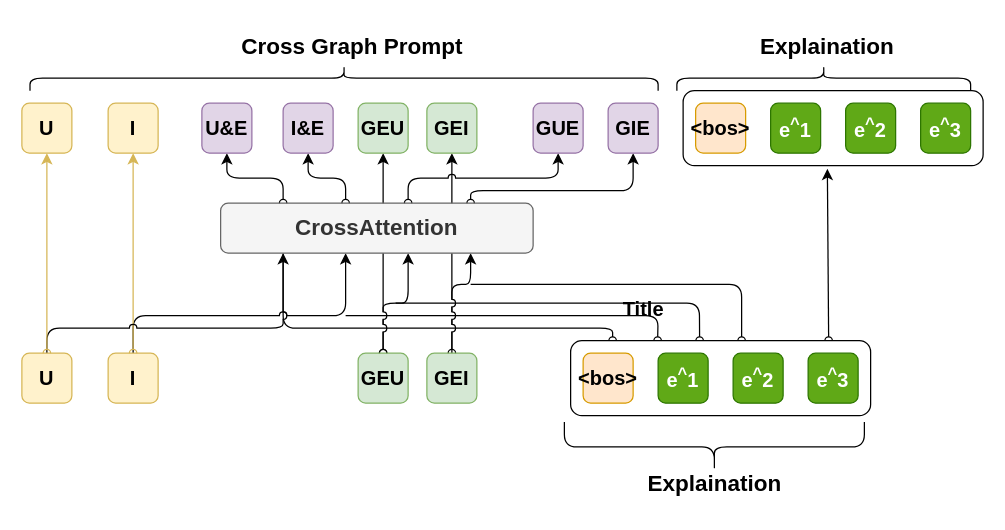
Before: page "第 6 页" (6 of 8) of PEPpic.drawio in kkkparty/drawio, a draw.io diagram. Source tidied: cells renumbered, new cells numbered last; positions are measured from the earlier drawing's top-left corner, leaving out a move shared by most shapes. Both pictures are drawn from the tidied source at 125%, with x=0, y=0 at pixel (21, 21).
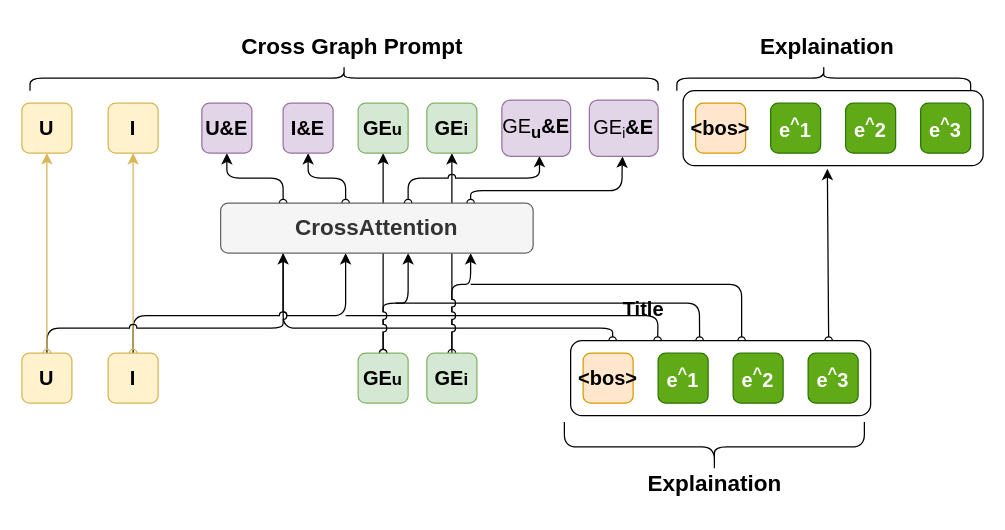
After the change.

Unchanged cells that the change refers to:
```xml
<mxCell id="29" value="&lt;font style=&quot;font-size: 18px;&quot;&gt;CrossAttention&lt;/font&gt;" style="rounded=1;whiteSpace=wrap;html=1;fontSize=16;points=[[0.2,0,0,0,0],[0.2,1,0,0,0],[0.4,0,0,0,0],[0.4,1,0,0,0],[0.6,0,0,0,0],[0.6,1,0,0,0],[0.8,0,0,0,0],[0.8,1,0,0,0]];fontStyle=1;fillColor=#f5f5f5;strokeColor=#666666;fontColor=#333333;" parent="1" vertex="1">
  <mxGeometry x="159" y="145" width="250" height="40" as="geometry" />
</mxCell>
```

What changed in the source:
```diff
@@
-    <mxCell id="13" value="GEU" style="whiteSpace=wrap;html=1;rounded=1;fontSize=16;fontStyle=1;fillColor=#d5e8d4;strokeColor=#82b366;" parent="1" vertex="1">
+    <mxCell id="13" value="GE&lt;span style=&quot;font-size: 13.3333px;&quot;&gt;u&lt;/span&gt;" style="whiteSpace=wrap;html=1;rounded=1;fontSize=16;fontStyle=1;fillColor=#d5e8d4;strokeColor=#82b366;" parent="1" vertex="1">
       <mxGeometry x="269" y="265" width="40" height="40" as="geometry" />
     </mxCell>
@@
-    <mxCell id="19" value="GEI" style="whiteSpace=wrap;html=1;rounded=1;fontSize=16;fontStyle=1;fillColor=#d5e8d4;strokeColor=#82b366;" parent="1" vertex="1">
+    <mxCell id="19" value="GE&lt;span style=&quot;font-size: 13.3333px;&quot;&gt;i&lt;/span&gt;" style="whiteSpace=wrap;html=1;rounded=1;fontSize=16;fontStyle=1;fillColor=#d5e8d4;strokeColor=#82b366;" parent="1" vertex="1">
       <mxGeometry x="324" y="265" width="40" height="40" as="geometry" />
     </mxCell>
@@
-    <mxCell id="25" style="edgeStyle=orthogonalEdgeStyle;rounded=1;jumpStyle=arc;jettySize=auto;html=1;exitX=0.6;exitY=0;exitDx=0;exitDy=0;exitPerimeter=0;fontSize=12;fontColor=#000000;startArrow=oval;startFill=0;endArrow=classic;endFill=1;entryX=0.5;entryY=1;entryDx=0;entryDy=0;fontStyle=1;" parent="1" edge="1" source="29" target="35">
+    <mxCell id="25" style="edgeStyle=orthogonalEdgeStyle;rounded=1;jumpStyle=arc;jettySize=auto;html=1;exitX=0.6;exitY=0;exitDx=0;exitDy=0;exitPerimeter=0;fontSize=12;fontColor=#000000;startArrow=oval;startFill=0;endArrow=classic;endFill=1;entryX=0.547;entryY=0.996;entryDx=0;entryDy=0;fontStyle=1;entryPerimeter=0;" parent="1" edge="1" source="29" target="49">
       <mxGeometry relative="1" as="geometry" />
     </mxCell>
-    <mxCell id="26" style="edgeStyle=orthogonalEdgeStyle;rounded=1;jumpStyle=arc;jettySize=auto;html=1;exitX=0.8;exitY=0;exitDx=0;exitDy=0;exitPerimeter=0;fontSize=12;fontColor=#000000;startArrow=oval;startFill=0;endArrow=classic;endFill=1;entryX=0.5;entryY=1;entryDx=0;entryDy=0;fontStyle=1;" parent="1" edge="1" source="29" target="36">
+    <mxCell id="26" style="edgeStyle=orthogonalEdgeStyle;rounded=1;jumpStyle=arc;jettySize=auto;html=1;exitX=0.8;exitY=0;exitDx=0;exitDy=0;exitPerimeter=0;fontSize=12;fontColor=#000000;startArrow=oval;startFill=0;endArrow=classic;endFill=1;fontStyle=1;entryX=0.482;entryY=1.004;entryDx=0;entryDy=0;entryPerimeter=0;" parent="1" edge="1" source="29" target="50">
       <mxGeometry relative="1" as="geometry">
         <Array as="points">
           <mxPoint x="359" y="135" />
-          <mxPoint x="489" y="135" />
+          <mxPoint x="480" y="135" />
+          <mxPoint x="480" y="120" />
+          <mxPoint x="481" y="120" />
         </Array>
       </mxGeometry>
     </mxCell>
@@
-    <mxCell id="35" value="GUE" style="whiteSpace=wrap;html=1;rounded=1;fontSize=16;fontStyle=1;fillColor=#e1d5e7;strokeColor=#9673a6;" parent="1" vertex="1">
-      <mxGeometry x="409" y="65" width="40" height="40" as="geometry" />
-    </mxCell>
-    <mxCell id="36" value="GIE" style="whiteSpace=wrap;html=1;rounded=1;fontSize=16;fontStyle=1;fillColor=#e1d5e7;strokeColor=#9673a6;" parent="1" vertex="1">
-      <mxGeometry x="469" y="65" width="40" height="40" as="geometry" />
-    </mxCell>
-    <mxCell id="37" value="GEU" style="whiteSpace=wrap;html=1;rounded=1;fontSize=16;fontStyle=1;fillColor=#d5e8d4;strokeColor=#82b366;" parent="1" vertex="1">
+    <mxCell id="37" value="GE&lt;span style=&quot;font-size: 13.3333px;&quot;&gt;u&lt;/span&gt;" style="whiteSpace=wrap;html=1;rounded=1;fontSize=16;fontStyle=1;fillColor=#d5e8d4;strokeColor=#82b366;" parent="1" vertex="1">
       <mxGeometry x="269" y="65" width="40" height="40" as="geometry" />
     </mxCell>
-    <mxCell id="38" value="GEI" style="whiteSpace=wrap;html=1;rounded=1;fontSize=16;fontStyle=1;fillColor=#d5e8d4;strokeColor=#82b366;" parent="1" vertex="1">
+    <mxCell id="38" value="GE&lt;span style=&quot;font-size: 13.3333px;&quot;&gt;i&lt;/span&gt;" style="whiteSpace=wrap;html=1;rounded=1;fontSize=16;fontStyle=1;fillColor=#d5e8d4;strokeColor=#82b366;" parent="1" vertex="1">
       <mxGeometry x="324" y="65" width="40" height="40" as="geometry" />
     </mxCell>
@@
+    <mxCell id="49" value="&lt;font style=&quot;font-size: 16px;&quot;&gt;GE&lt;sub style=&quot;border-color: var(--border-color); font-weight: 700;&quot;&gt;u&lt;/sub&gt;&lt;span style=&quot;font-weight: 700;&quot;&gt;&amp;amp;E&lt;/span&gt;&lt;/font&gt;" style="rounded=1;whiteSpace=wrap;html=1;fillColor=#e1d5e7;strokeColor=#9673a6;" parent="1" vertex="1">
+      <mxGeometry x="384" y="62.5" width="55" height="45" as="geometry" />
+    </mxCell>
+    <mxCell id="50" value="&lt;font style=&quot;font-size: 16px;&quot;&gt;GE&lt;/font&gt;&lt;font style=&quot;&quot;&gt;&lt;span style=&quot;font-size: 13.3333px;&quot;&gt;&lt;sub&gt;i&lt;/sub&gt;&lt;/span&gt;&lt;span style=&quot;font-size: 16px; font-weight: 700;&quot;&gt;&amp;amp;E&lt;/span&gt;&lt;/font&gt;" style="rounded=1;whiteSpace=wrap;html=1;fillColor=#e1d5e7;strokeColor=#9673a6;" parent="1" vertex="1">
+      <mxGeometry x="454" y="62.5" width="55" height="45" as="geometry" />
+    </mxCell>
```
